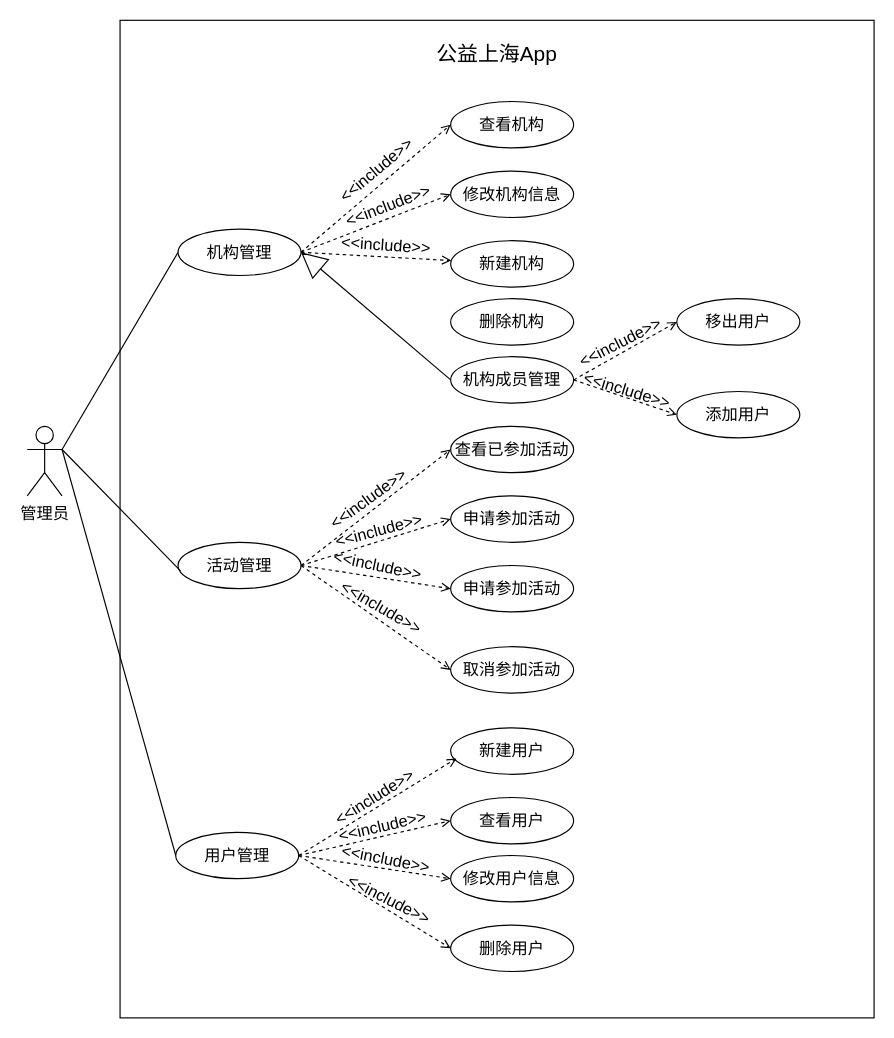
Xiaoran630/drow keeps this draw.io diagram as 管理员用例图.drawio. Above is the earlier version. Source tidied: cells renumbered, new cells numbered last; positions are measured from the earlier drawing's top-left corner, leaving out a move shared by most shapes. Both pictures are drawn from the tidied source at 116%, with x=0, y=0 at pixel (27, 20).
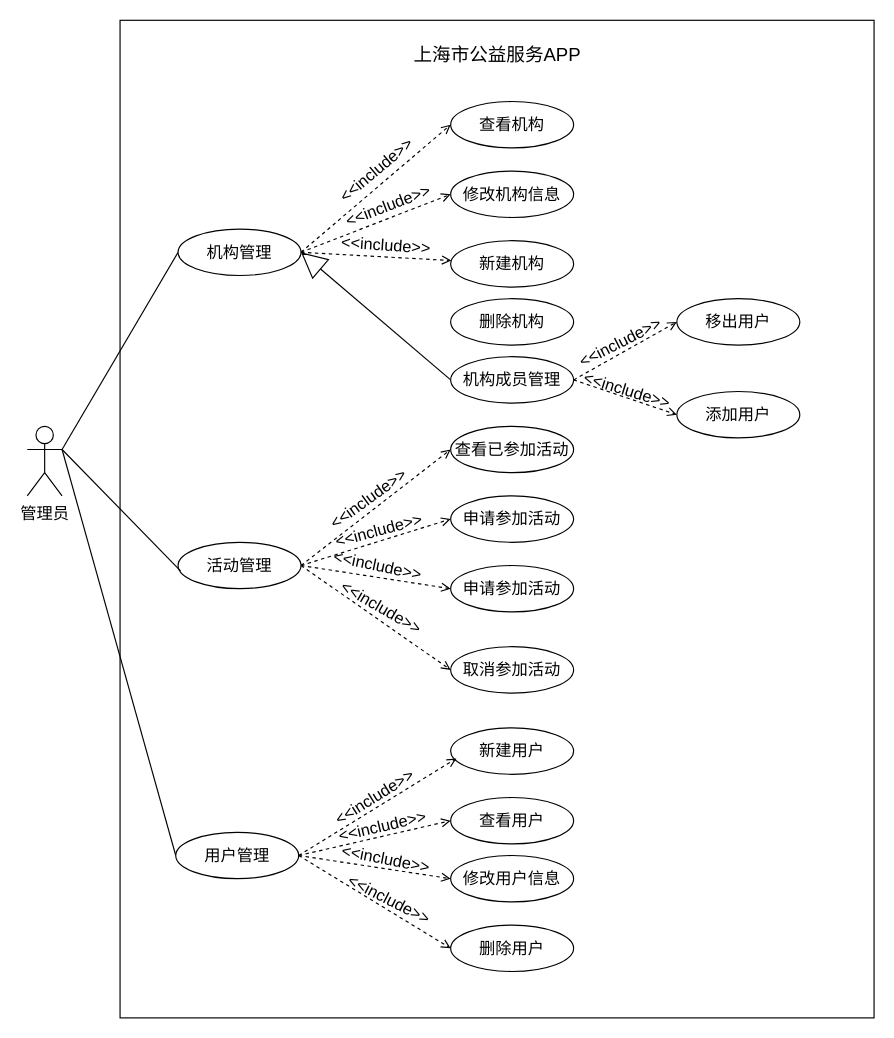
The same page after the edit.

Commit message:
更新管理员用例图.drawio

Change to the diagram source:
```diff
@@
-    <mxCell id="34" value="公益上海App" style="rounded=0;whiteSpace=wrap;html=1;strokeColor=none;fillColor=none;fontSize=18;labelBackgroundColor=none;" parent="1" vertex="1">
-      <mxGeometry x="345" y="20" width="120" height="20" as="geometry" />
+    <mxCell id="34" value="&lt;span style=&quot;font-size: 16px;&quot;&gt;上海市公益服务APP&lt;/span&gt;" style="rounded=0;whiteSpace=wrap;html=1;strokeColor=none;fillColor=none;fontSize=18;labelBackgroundColor=none;" parent="1" vertex="1">
+      <mxGeometry x="317.5" y="20" width="175" height="20" as="geometry" />
     </mxCell>
```
